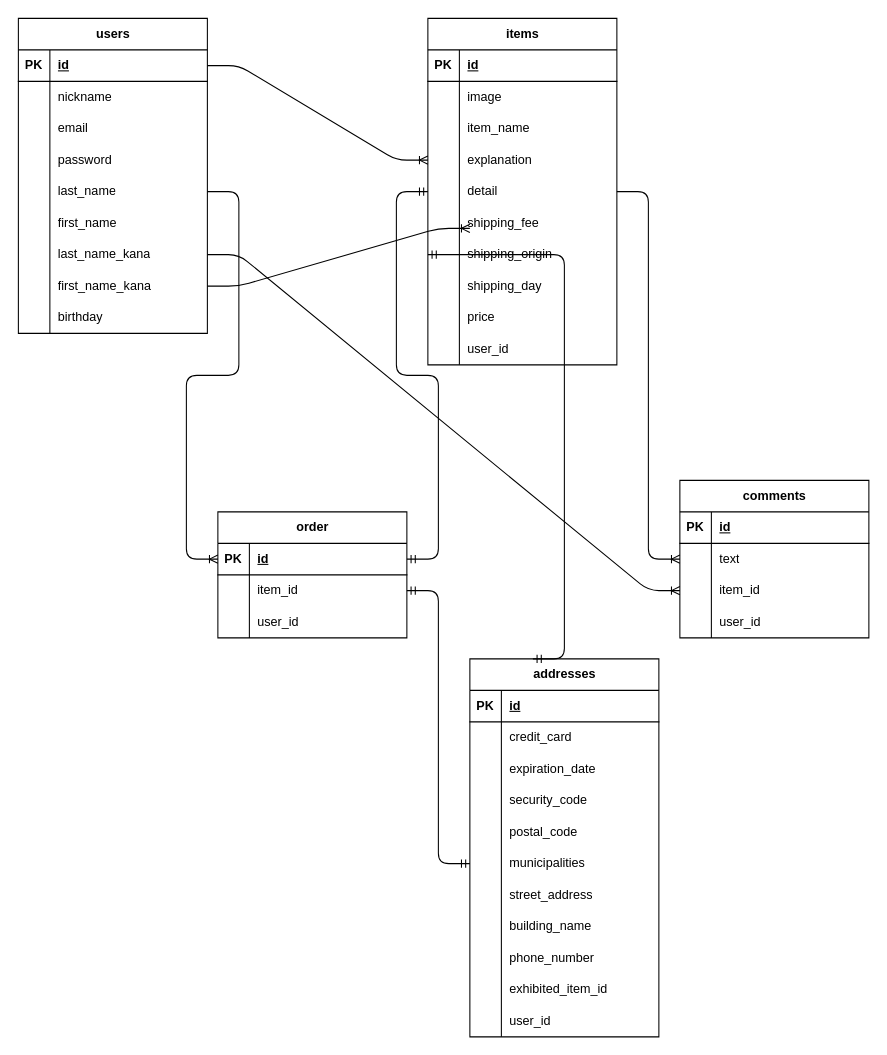
Before: test.dio in nekko-master/furima-46193, a draw.io diagram. Source tidied: cells renumbered, new cells numbered last; positions are measured from the earlier drawing's top-left corner, leaving out a move shared by most shapes. Both pictures are drawn from the tidied source at 105%, with x=0, y=0 at pixel (-14, 18).
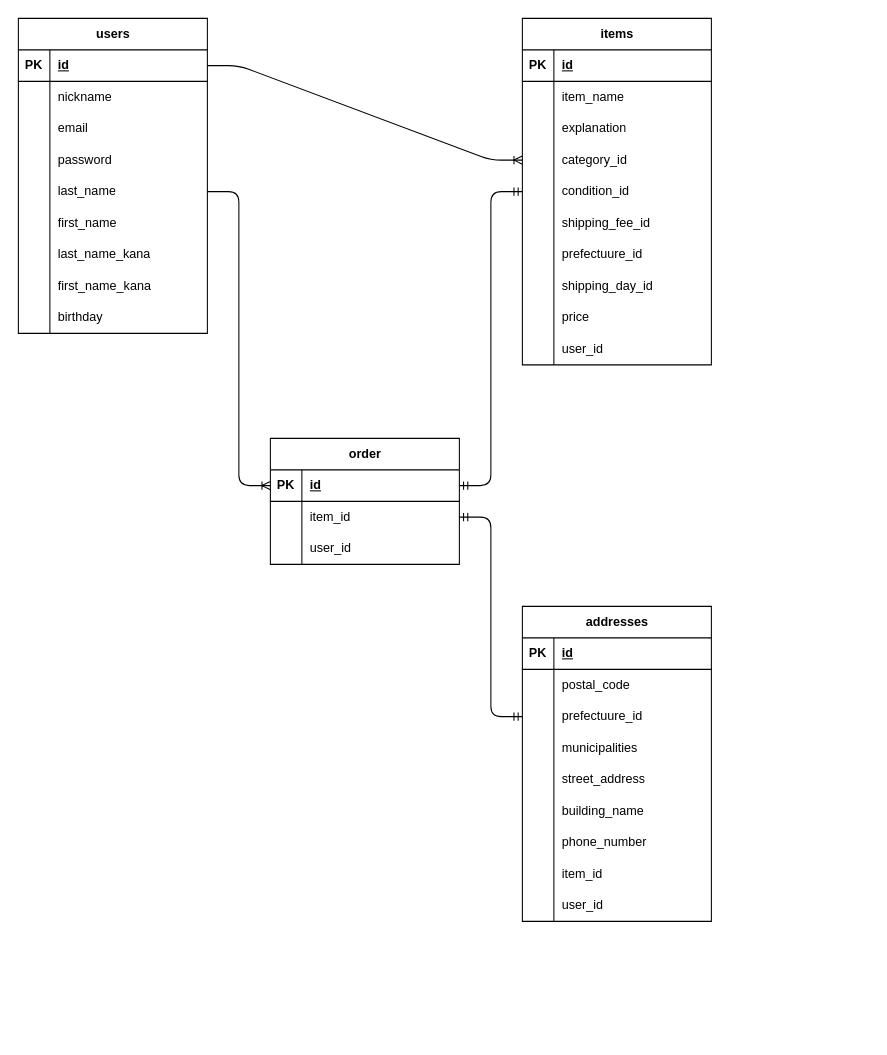
The same page after the edit.

Commit message (it also covers changes not shown here):
データベース設計_2回目修正

The change refers to these unchanged cells:
```xml
<mxCell id="21" style="shape=tableRow;horizontal=0;startSize=0;swimlaneHead=0;swimlaneBody=0;fillColor=none;points=[[0,0.5],[1,0.5]];portConstraint=eastwest;top=0;left=0;right=0;bottom=0;" parent="2" vertex="1">
  <mxGeometry y="210" width="180" height="30" as="geometry" />
</mxCell>
<mxCell id="24" style="shape=tableRow;horizontal=0;startSize=0;swimlaneHead=0;swimlaneBody=0;fillColor=none;points=[[0,0.5],[1,0.5]];portConstraint=eastwest;top=0;left=0;right=0;bottom=0;" parent="2" vertex="1">
  <mxGeometry y="240" width="180" height="30" as="geometry" />
</mxCell>
<mxCell id="47" style="shape=tableRow;horizontal=0;startSize=0;swimlaneHead=0;swimlaneBody=0;fillColor=none;top=0;left=0;right=0;bottom=0;" parent="43" vertex="1">
  <mxGeometry y="60" width="180" height="30" as="geometry" />
</mxCell>
<mxCell id="50" style="shape=tableRow;horizontal=0;startSize=0;swimlaneHead=0;swimlaneBody=0;fillColor=none;top=0;left=0;right=0;bottom=0;" parent="43" vertex="1">
  <mxGeometry y="90" width="180" height="30" as="geometry" />
</mxCell>
<mxCell id="53" style="shape=tableRow;horizontal=0;startSize=0;swimlaneHead=0;swimlaneBody=0;fillColor=none;points=[[0,0.5],[1,0.5]];portConstraint=eastwest;top=0;left=0;right=0;bottom=0;" parent="43" vertex="1">
  <mxGeometry y="120" width="180" height="30" as="geometry" />
</mxCell>
<mxCell id="56" style="shape=tableRow;horizontal=0;startSize=0;swimlaneHead=0;swimlaneBody=0;fillColor=none;points=[[0,0.5],[1,0.5]];portConstraint=eastwest;top=0;left=0;right=0;bottom=0;" parent="43" vertex="1">
  <mxGeometry y="150" width="180" height="30" as="geometry" />
</mxCell>
<mxCell id="59" style="shape=tableRow;horizontal=0;startSize=0;swimlaneHead=0;swimlaneBody=0;fillColor=none;top=0;left=0;right=0;bottom=0;" parent="43" vertex="1">
  <mxGeometry y="180" width="180" height="30" as="geometry" />
</mxCell>
<mxCell id="62" style="shape=tableRow;horizontal=0;startSize=0;swimlaneHead=0;swimlaneBody=0;fillColor=none;points=[[0,0.5],[1,0.5]];portConstraint=eastwest;top=0;left=0;right=0;bottom=0;" parent="43" vertex="1">
  <mxGeometry y="210" width="180" height="30" as="geometry" />
</mxCell>
<mxCell id="65" style="shape=tableRow;horizontal=0;startSize=0;swimlaneHead=0;swimlaneBody=0;fillColor=none;top=0;left=0;right=0;bottom=0;" parent="43" vertex="1">
  <mxGeometry y="240" width="180" height="30" as="geometry" />
</mxCell>
```

What changed in the source:
```diff
@@
-    <mxCell id="30" value="comments" style="shape=table;startSize=30;childLayout=tableLayout;rowLines=0;fontStyle=1;align=center;html=1;" parent="1" vertex="1">
-      <mxGeometry x="660" y="440" width="180" height="150" as="geometry" />
-    </mxCell>
-    <mxCell id="31" style="shape=tableRow;horizontal=0;startSize=0;swimlaneHead=0;swimlaneBody=0;fillColor=none;top=0;left=0;right=0;bottom=1;" parent="30" vertex="1">
-      <mxGeometry y="30" width="180" height="30" as="geometry" />
-    </mxCell>
-    <mxCell id="32" value="PK" style="shape=partialRectangle;fillColor=none;top=0;left=0;bottom=0;right=0;fontStyle=1;overflow=hidden;whiteSpace=wrap;html=1;" parent="31" vertex="1">
-      <mxGeometry width="30" height="30" as="geometry" />
-    </mxCell>
-    <mxCell id="33" value="id" style="shape=partialRectangle;fillColor=none;top=0;left=0;bottom=0;right=0;align=left;spacingLeft=6;fontStyle=5;overflow=hidden;whiteSpace=wrap;html=1;" parent="31" vertex="1">
-      <mxGeometry x="30" width="150" height="30" as="geometry" />
-    </mxCell>
-    <mxCell id="34" style="shape=tableRow;horizontal=0;startSize=0;swimlaneHead=0;swimlaneBody=0;fillColor=none;points=[[0,0.5],[1,0.5]];portConstraint=eastwest;top=0;left=0;right=0;bottom=0;" parent="30" vertex="1">
-      <mxGeometry y="60" width="180" height="30" as="geometry" />
-    </mxCell>
-    <mxCell id="35" style="shape=partialRectangle;fillColor=none;top=0;left=0;bottom=0;right=0;overflow=hidden;whiteSpace=wrap;html=1;" parent="34" vertex="1">
-      <mxGeometry width="30" height="30" as="geometry" />
-    </mxCell>
-    <mxCell id="36" value="text" style="shape=partialRectangle;fillColor=none;top=0;left=0;bottom=0;right=0;align=left;spacingLeft=6;overflow=hidden;whiteSpace=wrap;html=1;" parent="34" vertex="1">
-      <mxGeometry x="30" width="150" height="30" as="geometry" />
-    </mxCell>
-    <mxCell id="37" style="shape=tableRow;horizontal=0;startSize=0;swimlaneHead=0;swimlaneBody=0;fillColor=none;points=[[0,0.5],[1,0.5]];portConstraint=eastwest;top=0;left=0;right=0;bottom=0;" parent="30" vertex="1">
-      <mxGeometry y="90" width="180" height="30" as="geometry" />
-    </mxCell>
-    <mxCell id="38" style="shape=partialRectangle;fillColor=none;top=0;left=0;bottom=0;right=0;overflow=hidden;whiteSpace=wrap;html=1;" parent="37" vertex="1">
-      <mxGeometry width="30" height="30" as="geometry" />
-    </mxCell>
-    <mxCell id="39" value="item_id" style="shape=partialRectangle;fillColor=none;top=0;left=0;bottom=0;right=0;align=left;spacingLeft=6;overflow=hidden;whiteSpace=wrap;html=1;" parent="37" vertex="1">
-      <mxGeometry x="30" width="150" height="30" as="geometry" />
-    </mxCell>
-    <mxCell id="40" style="shape=tableRow;horizontal=0;startSize=0;swimlaneHead=0;swimlaneBody=0;fillColor=none;top=0;left=0;right=0;bottom=0;" parent="30" vertex="1">
-      <mxGeometry y="120" width="180" height="30" as="geometry" />
-    </mxCell>
-    <mxCell id="41" style="shape=partialRectangle;fillColor=none;top=0;left=0;bottom=0;right=0;overflow=hidden;whiteSpace=wrap;html=1;" parent="40" vertex="1">
-      <mxGeometry width="30" height="30" as="geometry" />
-    </mxCell>
-    <mxCell id="42" value="user_id" style="shape=partialRectangle;fillColor=none;top=0;left=0;bottom=0;right=0;align=left;spacingLeft=6;overflow=hidden;whiteSpace=wrap;html=1;" parent="40" vertex="1">
-      <mxGeometry x="30" width="150" height="30" as="geometry" />
-    </mxCell>
     <mxCell id="43" value="items" style="shape=table;startSize=30;childLayout=tableLayout;rowLines=0;fontStyle=1;align=center;html=1;" parent="1" vertex="1">
-      <mxGeometry x="420" width="180" height="330" as="geometry" />
+      <mxGeometry x="510" width="180" height="330" as="geometry" />
     </mxCell>
@@
-    <mxCell id="49" value="image" style="shape=partialRectangle;fillColor=none;top=0;left=0;bottom=0;right=0;align=left;spacingLeft=6;overflow=hidden;whiteSpace=wrap;html=1;" parent="47" vertex="1">
+    <mxCell id="49" value="item_name" style="shape=partialRectangle;fillColor=none;top=0;left=0;bottom=0;right=0;align=left;spacingLeft=6;overflow=hidden;whiteSpace=wrap;html=1;" parent="47" vertex="1">
       <mxGeometry x="30" width="150" height="30" as="geometry" />
     </mxCell>
@@
-    <mxCell id="52" value="item_name" style="shape=partialRectangle;fillColor=none;top=0;left=0;bottom=0;right=0;align=left;spacingLeft=6;overflow=hidden;whiteSpace=wrap;html=1;" parent="50" vertex="1">
+    <mxCell id="52" value="explanation" style="shape=partialRectangle;fillColor=none;top=0;left=0;bottom=0;right=0;align=left;spacingLeft=6;overflow=hidden;whiteSpace=wrap;html=1;" parent="50" vertex="1">
       <mxGeometry x="30" width="150" height="30" as="geometry" />
     </mxCell>
@@
-    <mxCell id="55" value="explanation" style="shape=partialRectangle;fillColor=none;top=0;left=0;bottom=0;right=0;align=left;spacingLeft=6;overflow=hidden;whiteSpace=wrap;html=1;" parent="53" vertex="1">
+    <mxCell id="55" value="category_id" style="shape=partialRectangle;fillColor=none;top=0;left=0;bottom=0;right=0;align=left;spacingLeft=6;overflow=hidden;whiteSpace=wrap;html=1;" parent="53" vertex="1">
       <mxGeometry x="30" width="150" height="30" as="geometry" />
     </mxCell>
@@
-    <mxCell id="58" value="detail" style="shape=partialRectangle;fillColor=none;top=0;left=0;bottom=0;right=0;align=left;spacingLeft=6;overflow=hidden;whiteSpace=wrap;html=1;" parent="56" vertex="1">
+    <mxCell id="58" value="condition_id" style="shape=partialRectangle;fillColor=none;top=0;left=0;bottom=0;right=0;align=left;spacingLeft=6;overflow=hidden;whiteSpace=wrap;html=1;" parent="56" vertex="1">
       <mxGeometry x="30" width="150" height="30" as="geometry" />
     </mxCell>
@@
-    <mxCell id="61" value="shipping_fee" style="shape=partialRectangle;fillColor=none;top=0;left=0;bottom=0;right=0;align=left;spacingLeft=6;overflow=hidden;whiteSpace=wrap;html=1;" parent="59" vertex="1">
+    <mxCell id="61" value="shipping_fee_id" style="shape=partialRectangle;fillColor=none;top=0;left=0;bottom=0;right=0;align=left;spacingLeft=6;overflow=hidden;whiteSpace=wrap;html=1;" parent="59" vertex="1">
       <mxGeometry x="30" width="150" height="30" as="geometry" />
     </mxCell>
@@
-    <mxCell id="64" value="&lt;span style=&quot;color: rgb(0, 0, 0);&quot;&gt;shipping_origin&lt;/span&gt;" style="shape=partialRectangle;fillColor=none;top=0;left=0;bottom=0;right=0;align=left;spacingLeft=6;overflow=hidden;whiteSpace=wrap;html=1;" parent="62" vertex="1">
+    <mxCell id="64" value="&lt;span style=&quot;color: rgb(0, 0, 0);&quot;&gt;prefectuure_id&lt;/span&gt;" style="shape=partialRectangle;fillColor=none;top=0;left=0;bottom=0;right=0;align=left;spacingLeft=6;overflow=hidden;whiteSpace=wrap;html=1;" parent="62" vertex="1">
       <mxGeometry x="30" width="150" height="30" as="geometry" />
     </mxCell>
@@
-    <mxCell id="67" value="shipping_day" style="shape=partialRectangle;fillColor=none;top=0;left=0;bottom=0;right=0;align=left;spacingLeft=6;overflow=hidden;whiteSpace=wrap;html=1;" parent="65" vertex="1">
+    <mxCell id="67" value="shipping_day_id" style="shape=partialRectangle;fillColor=none;top=0;left=0;bottom=0;right=0;align=left;spacingLeft=6;overflow=hidden;whiteSpace=wrap;html=1;" parent="65" vertex="1">
       <mxGeometry x="30" width="150" height="30" as="geometry" />
     </mxCell>
@@
     <mxCell id="74" value="addresses" style="shape=table;startSize=30;childLayout=tableLayout;rowLines=0;fontStyle=1;align=center;html=1;" parent="1" vertex="1">
-      <mxGeometry x="460" y="610" width="180" height="360" as="geometry" />
+      <mxGeometry x="510" y="560" width="180" height="300" as="geometry" />
     </mxCell>
@@
-    <mxCell id="78" style="shape=tableRow;horizontal=0;startSize=0;swimlaneHead=0;swimlaneBody=0;fillColor=none;top=0;left=0;right=0;bottom=0;" parent="74" vertex="1">
-      <mxGeometry y="60" width="180" height="30" as="geometry" />
-    </mxCell>
-    <mxCell id="79" style="shape=partialRectangle;fillColor=none;top=0;left=0;bottom=0;right=0;overflow=hidden;whiteSpace=wrap;html=1;" parent="78" vertex="1">
-      <mxGeometry width="30" height="30" as="geometry" />
-    </mxCell>
-    <mxCell id="80" value="credit_card" style="shape=partialRectangle;fillColor=none;top=0;left=0;bottom=0;right=0;align=left;spacingLeft=6;overflow=hidden;whiteSpace=wrap;html=1;" parent="78" vertex="1">
-      <mxGeometry x="30" width="150" height="30" as="geometry" />
-    </mxCell>
-    <mxCell id="81" style="shape=tableRow;horizontal=0;startSize=0;swimlaneHead=0;swimlaneBody=0;fillColor=none;top=0;left=0;right=0;bottom=0;" parent="74" vertex="1">
-      <mxGeometry y="90" width="180" height="30" as="geometry" />
-    </mxCell>
-    <mxCell id="82" style="shape=partialRectangle;fillColor=none;top=0;left=0;bottom=0;right=0;overflow=hidden;whiteSpace=wrap;html=1;" parent="81" vertex="1">
-      <mxGeometry width="30" height="30" as="geometry" />
-    </mxCell>
-    <mxCell id="83" value="expiration_date" style="shape=partialRectangle;fillColor=none;top=0;left=0;bottom=0;right=0;align=left;spacingLeft=6;overflow=hidden;whiteSpace=wrap;html=1;" parent="81" vertex="1">
-      <mxGeometry x="30" width="150" height="30" as="geometry" />
-    </mxCell>
-    <mxCell id="84" style="shape=tableRow;horizontal=0;startSize=0;swimlaneHead=0;swimlaneBody=0;fillColor=none;top=0;left=0;right=0;bottom=0;" parent="74" vertex="1">
-      <mxGeometry y="120" width="180" height="30" as="geometry" />
-    </mxCell>
-    <mxCell id="85" style="shape=partialRectangle;fillColor=none;top=0;left=0;bottom=0;right=0;overflow=hidden;whiteSpace=wrap;html=1;" parent="84" vertex="1">
-      <mxGeometry width="30" height="30" as="geometry" />
-    </mxCell>
-    <mxCell id="86" value="security_code" style="shape=partialRectangle;fillColor=none;top=0;left=0;bottom=0;right=0;align=left;spacingLeft=6;overflow=hidden;whiteSpace=wrap;html=1;" parent="84" vertex="1">
-      <mxGeometry x="30" width="150" height="30" as="geometry" />
-    </mxCell>
     <mxCell id="87" style="shape=tableRow;horizontal=0;startSize=0;swimlaneHead=0;swimlaneBody=0;fillColor=none;top=0;left=0;right=0;bottom=0;" parent="74" vertex="1">
-      <mxGeometry y="150" width="180" height="30" as="geometry" />
+      <mxGeometry y="60" width="180" height="30" as="geometry" />
     </mxCell>
@@
     <mxCell id="90" style="shape=tableRow;horizontal=0;startSize=0;swimlaneHead=0;swimlaneBody=0;fillColor=none;points=[[0,0.5],[1,0.5]];portConstraint=eastwest;top=0;left=0;right=0;bottom=0;" parent="74" vertex="1">
-      <mxGeometry y="180" width="180" height="30" as="geometry" />
+      <mxGeometry y="90" width="180" height="30" as="geometry" />
     </mxCell>
@@
-    <mxCell id="92" value="municipalities" style="shape=partialRectangle;fillColor=none;top=0;left=0;bottom=0;right=0;align=left;spacingLeft=6;overflow=hidden;whiteSpace=wrap;html=1;" parent="90" vertex="1">
+    <mxCell id="92" value="&lt;span style=&quot;color: rgb(0, 0, 0);&quot;&gt;prefectuure_id&lt;/span&gt;" style="shape=partialRectangle;fillColor=none;top=0;left=0;bottom=0;right=0;align=left;spacingLeft=6;overflow=hidden;whiteSpace=wrap;html=1;" parent="90" vertex="1">
       <mxGeometry x="30" width="150" height="30" as="geometry" />
     </mxCell>
+    <mxCell id="126" style="shape=tableRow;horizontal=0;startSize=0;swimlaneHead=0;swimlaneBody=0;fillColor=none;top=0;left=0;right=0;bottom=0;" parent="74" vertex="1">
+      <mxGeometry y="120" width="180" height="30" as="geometry" />
+    </mxCell>
+    <mxCell id="127" style="shape=partialRectangle;fillColor=none;top=0;left=0;bottom=0;right=0;overflow=hidden;whiteSpace=wrap;html=1;" parent="126" vertex="1">
+      <mxGeometry width="30" height="30" as="geometry" />
+    </mxCell>
+    <mxCell id="128" value="municipalities" style="shape=partialRectangle;fillColor=none;top=0;left=0;bottom=0;right=0;align=left;spacingLeft=6;overflow=hidden;whiteSpace=wrap;html=1;" parent="126" vertex="1">
+      <mxGeometry x="30" width="150" height="30" as="geometry" />
+    </mxCell>
     <mxCell id="93" style="shape=tableRow;horizontal=0;startSize=0;swimlaneHead=0;swimlaneBody=0;fillColor=none;top=0;left=0;right=0;bottom=0;" parent="74" vertex="1">
-      <mxGeometry y="210" width="180" height="30" as="geometry" />
+      <mxGeometry y="150" width="180" height="30" as="geometry" />
     </mxCell>
@@
     <mxCell id="96" style="shape=tableRow;horizontal=0;startSize=0;swimlaneHead=0;swimlaneBody=0;fillColor=none;top=0;left=0;right=0;bottom=0;" parent="74" vertex="1">
-      <mxGeometry y="240" width="180" height="30" as="geometry" />
+      <mxGeometry y="180" width="180" height="30" as="geometry" />
     </mxCell>
@@
     <mxCell id="99" style="shape=tableRow;horizontal=0;startSize=0;swimlaneHead=0;swimlaneBody=0;fillColor=none;top=0;left=0;right=0;bottom=0;" parent="74" vertex="1">
-      <mxGeometry y="270" width="180" height="30" as="geometry" />
+      <mxGeometry y="210" width="180" height="30" as="geometry" />
     </mxCell>
@@
     <mxCell id="102" style="shape=tableRow;horizontal=0;startSize=0;swimlaneHead=0;swimlaneBody=0;fillColor=none;top=0;left=0;right=0;bottom=0;" parent="74" vertex="1">
-      <mxGeometry y="300" width="180" height="30" as="geometry" />
+      <mxGeometry y="240" width="180" height="30" as="geometry" />
     </mxCell>
@@
-    <mxCell id="104" value="exhibited_item_id" style="shape=partialRectangle;fillColor=none;top=0;left=0;bottom=0;right=0;align=left;spacingLeft=6;overflow=hidden;whiteSpace=wrap;html=1;" parent="102" vertex="1">
+    <mxCell id="104" value="item_id" style="shape=partialRectangle;fillColor=none;top=0;left=0;bottom=0;right=0;align=left;spacingLeft=6;overflow=hidden;whiteSpace=wrap;html=1;" parent="102" vertex="1">
       <mxGeometry x="30" width="150" height="30" as="geometry" />
     </mxCell>
     <mxCell id="105" style="shape=tableRow;horizontal=0;startSize=0;swimlaneHead=0;swimlaneBody=0;fillColor=none;top=0;left=0;right=0;bottom=0;" parent="74" vertex="1">
-      <mxGeometry y="330" width="180" height="30" as="geometry" />
+      <mxGeometry y="270" width="180" height="30" as="geometry" />
     </mxCell>
@@
-    <mxCell id="109" style="edgeStyle=entityRelationEdgeStyle;fontSize=12;html=1;endArrow=ERoneToMany;entryX=0;entryY=0.5;entryDx=0;entryDy=0;exitX=1;exitY=0.5;exitDx=0;exitDy=0;" parent="1" edge="1" source="24">
-      <mxGeometry relative="1" as="geometry">
-        <mxPoint x="460" y="200" as="targetPoint" />
-        <Array as="points">
-          <mxPoint x="50" y="180" />
-          <mxPoint x="60" y="370" />
-          <mxPoint x="40" y="310" />
-          <mxPoint x="30" y="300" />
-          <mxPoint y="170" />
-          <mxPoint x="40" y="270" />
-          <mxPoint x="30" y="260" />
-          <mxPoint x="40" y="190" />
-          <mxPoint x="30" y="390" />
-        </Array>
-      </mxGeometry>
-    </mxCell>
-    <mxCell id="110" style="edgeStyle=entityRelationEdgeStyle;fontSize=12;html=1;endArrow=ERoneToMany;exitX=1;exitY=0.5;exitDx=0;exitDy=0;entryX=0;entryY=0.5;entryDx=0;entryDy=0;" parent="1" edge="1" source="56" target="34">
-      <mxGeometry relative="1" as="geometry" />
-    </mxCell>
-    <mxCell id="111" style="edgeStyle=entityRelationEdgeStyle;fontSize=12;html=1;endArrow=ERoneToMany;exitX=1;exitY=0.5;exitDx=0;exitDy=0;entryX=0;entryY=0.5;entryDx=0;entryDy=0;" parent="1" edge="1" source="21" target="37">
-      <mxGeometry relative="1" as="geometry">
-        <Array as="points">
-          <mxPoint x="540" y="510" />
-          <mxPoint x="380" y="340" />
-          <mxPoint x="390" y="370" />
-          <mxPoint x="570" y="500" />
-        </Array>
-      </mxGeometry>
-    </mxCell>
-    <mxCell id="112" style="edgeStyle=entityRelationEdgeStyle;fontSize=12;html=1;endArrow=ERmandOne;startArrow=ERmandOne;exitX=1;exitY=0.5;exitDx=0;exitDy=0;entryX=0;entryY=0.5;entryDx=0;entryDy=0;" parent="1" edge="1" target="62">
-      <mxGeometry relative="1" as="geometry">
-        <mxPoint x="520" y="610" as="sourcePoint" />
-      </mxGeometry>
-    </mxCell>
     <mxCell id="113" value="order" style="shape=table;startSize=30;childLayout=tableLayout;rowLines=0;fontStyle=1;align=center;html=1;" parent="1" vertex="1">
-      <mxGeometry x="220" y="470" width="180" height="120" as="geometry" />
+      <mxGeometry x="270" y="400" width="180" height="120" as="geometry" />
     </mxCell>
```
